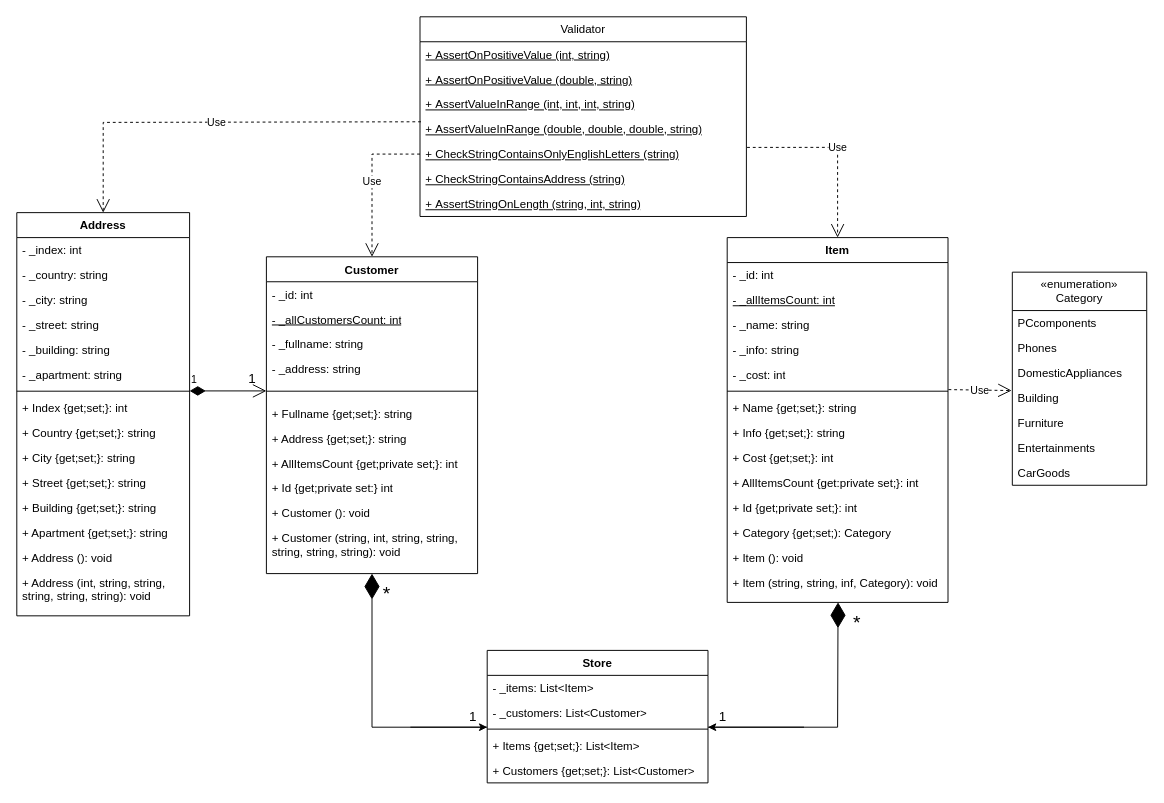
Before: doc/ObjectOrientedPractics/Practics2.drawio in EBPEYgg/ObjectOrientedPractics, a draw.io diagram. Source tidied: cells renumbered, new cells numbered last; positions are measured from the earlier drawing's top-left corner, leaving out a move shared by most shapes. Both pictures are drawn from the tidied source at 96%, with x=0, y=0 at pixel (16, 16).
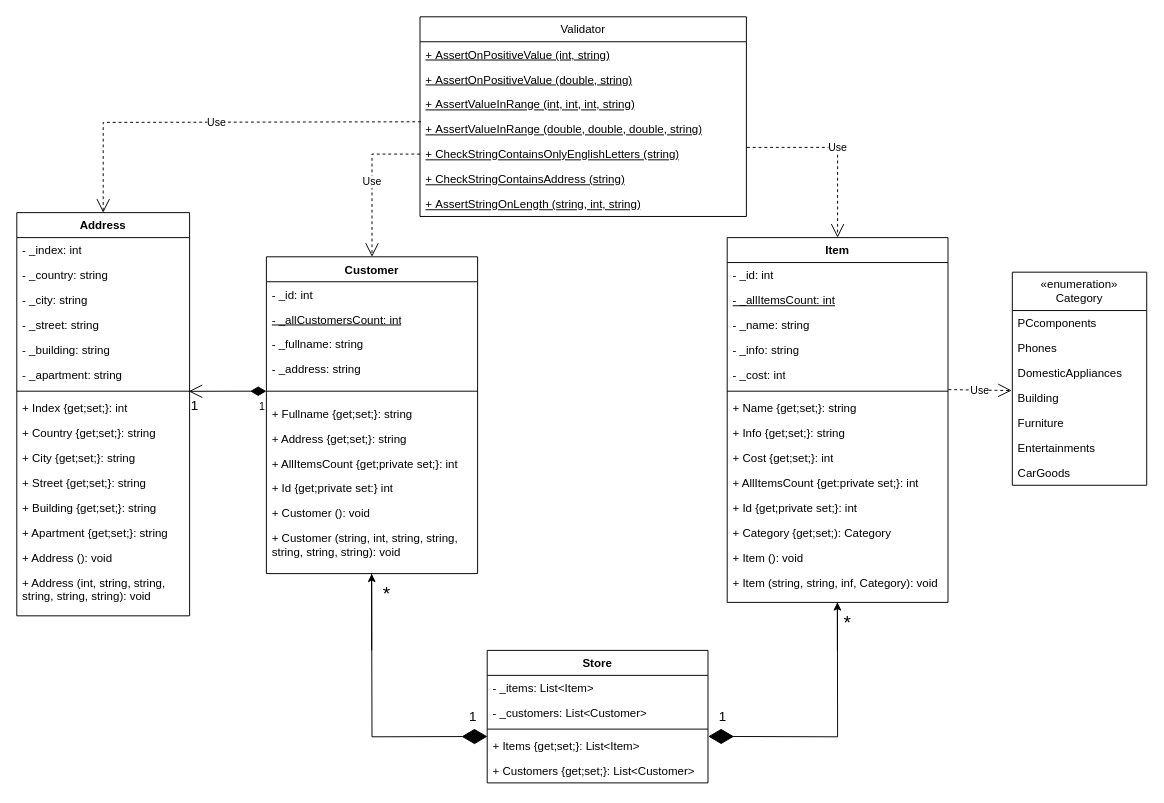
The same page after the edit.

Commit message (it also covers changes not shown here):
📝Update UML Practics2.

The change refers to these unchanged cells:
```xml
<mxCell id="24" value="+ Item (string, string, inf, Category): void" style="text;strokeColor=none;fillColor=none;align=left;verticalAlign=top;spacingLeft=4;spacingRight=4;overflow=hidden;points=[[0,0.5],[1,0.5]];portConstraint=eastwest;whiteSpace=wrap;html=1;" parent="10" vertex="1">
  <mxGeometry y="346" width="230" height="34" as="geometry" />
</mxCell>
<mxCell id="30" style="line;strokeWidth=1;fillColor=none;align=left;verticalAlign=middle;spacingTop=-1;spacingLeft=3;spacingRight=3;labelPosition=right;points=[];portConstraint=eastwest;strokeColor=inherit;" parent="25" vertex="1">
  <mxGeometry y="130" width="220" height="20" as="geometry" />
</mxCell>
<mxCell id="36" value="+ Customer (string, int, string, string, string, string, string): void" style="text;strokeColor=none;fillColor=none;align=left;verticalAlign=top;spacingLeft=4;spacingRight=4;overflow=hidden;points=[[0,0.5],[1,0.5]];portConstraint=eastwest;whiteSpace=wrap;html=1;" parent="25" vertex="1">
  <mxGeometry y="280" width="220" height="50" as="geometry" />
</mxCell>
<mxCell id="44" style="line;strokeWidth=1;fillColor=none;align=left;verticalAlign=middle;spacingTop=-1;spacingLeft=3;spacingRight=3;labelPosition=right;points=[];portConstraint=eastwest;strokeColor=inherit;" parent="37" vertex="1">
  <mxGeometry y="182" width="180" height="8" as="geometry" />
</mxCell>
<mxCell id="58" style="line;strokeWidth=1;fillColor=none;align=left;verticalAlign=middle;spacingTop=-1;spacingLeft=3;spacingRight=3;labelPosition=right;points=[];portConstraint=eastwest;strokeColor=inherit;" parent="55" vertex="1">
  <mxGeometry y="78" width="230" height="8" as="geometry" />
</mxCell>
<mxCell id="59" value="+ Items {get;set;}: List&amp;lt;Item&amp;gt;" style="text;strokeColor=none;fillColor=none;align=left;verticalAlign=top;spacingLeft=4;spacingRight=4;overflow=hidden;points=[[0,0.5],[1,0.5]];portConstraint=eastwest;whiteSpace=wrap;html=1;" parent="55" vertex="1">
  <mxGeometry y="86" width="230" height="26" as="geometry" />
</mxCell>
```

What changed in the source:
```diff
@@
-    <mxCell id="53" value="1" style="endArrow=open;html=1;endSize=12;startArrow=diamondThin;startSize=14;startFill=1;edgeStyle=orthogonalEdgeStyle;align=left;verticalAlign=bottom;rounded=0;" parent="1" edge="1">
-      <mxGeometry x="-1" y="3" relative="1" as="geometry">
-        <mxPoint x="180" y="389.7" as="sourcePoint" />
-        <mxPoint x="260" y="389.7" as="targetPoint" />
-      </mxGeometry>
+    <mxCell id="53" value="1" style="endArrow=open;html=1;endSize=12;startArrow=diamondThin;startSize=14;startFill=1;edgeStyle=orthogonalEdgeStyle;align=right;verticalAlign=top;rounded=0;entryX=0.995;entryY=0.517;entryDx=0;entryDy=0;entryPerimeter=0;exitX=0;exitY=0.5;exitDx=0;exitDy=0;exitPerimeter=0;" parent="1" edge="1" source="30" target="44">
+      <mxGeometry x="-1" y="3" relative="1" as="geometry" />
     </mxCell>
     <mxCell id="54" value="&lt;font style=&quot;font-size: 14px;&quot;&gt;1&lt;/font&gt;" style="text;html=1;align=center;verticalAlign=middle;strokeColor=none;fillColor=none;" parent="1" vertex="1">
-      <mxGeometry x="230" y="362" width="30" height="30" as="geometry" />
+      <mxGeometry x="170" y="390" width="30" height="30" as="geometry" />
     </mxCell>
@@
-    <mxCell id="61" style="endArrow=diamondThin;endFill=1;endSize=24;html=1;rounded=0;exitX=1;exitY=0.25;exitDx=0;exitDy=0;exitPerimeter=0;entryX=0.502;entryY=0.998;entryDx=0;entryDy=0;entryPerimeter=0;" parent="1" edge="1" source="58" target="24">
+    <mxCell id="61" style="endArrow=diamondThin;endFill=1;endSize=24;html=1;rounded=0;entryX=1.001;entryY=0.139;entryDx=0;entryDy=0;entryPerimeter=0;exitX=0.499;exitY=0.998;exitDx=0;exitDy=0;exitPerimeter=0;" parent="1" edge="1" source="24" target="59">
       <mxGeometry relative="1" as="geometry">
         <Array as="points">
-          <mxPoint x="855" y="740" />
+          <mxPoint x="855" y="750" />
         </Array>
       </mxGeometry>
     </mxCell>
     <mxCell id="62" style="endArrow=classic;html=1;rounded=0;" parent="1" edge="1">
       <mxGeometry relative="1" as="geometry">
-        <mxPoint x="820" y="740" as="sourcePoint" />
-        <mxPoint x="720" y="740" as="targetPoint" />
+        <mxPoint x="854.8" y="660" as="sourcePoint" />
+        <mxPoint x="854.8" y="610" as="targetPoint" />
       </mxGeometry>
     </mxCell>
     <mxCell id="63" value="&lt;font style=&quot;font-size: 20px;&quot;&gt;*&lt;/font&gt;" style="text;html=1;align=center;verticalAlign=middle;strokeColor=none;fillColor=none;" parent="1" vertex="1">
-      <mxGeometry x="860" y="610" width="30" height="40" as="geometry" />
+      <mxGeometry x="850" y="610" width="30" height="40" as="geometry" />
     </mxCell>
@@
-    <mxCell id="65" style="endArrow=diamondThin;endFill=1;endSize=24;html=1;rounded=0;entryX=0.5;entryY=1;entryDx=0;entryDy=0;entryPerimeter=0;" parent="1" edge="1" target="36">
+    <mxCell id="65" style="endArrow=diamondThin;endFill=1;endSize=24;html=1;rounded=0;entryX=0.001;entryY=0.142;entryDx=0;entryDy=0;entryPerimeter=0;exitX=0.498;exitY=0.996;exitDx=0;exitDy=0;exitPerimeter=0;" parent="1" edge="1" source="36" target="59">
       <mxGeometry relative="1" as="geometry">
-        <mxPoint x="490" y="740" as="sourcePoint" />
         <Array as="points">
-          <mxPoint x="370" y="740" />
+          <mxPoint x="370" y="750" />
         </Array>
       </mxGeometry>
     </mxCell>
@@
     <mxCell id="68" style="endArrow=classic;html=1;rounded=0;" parent="1" edge="1">
       <mxGeometry relative="1" as="geometry">
-        <mxPoint x="410" y="740" as="sourcePoint" />
-        <mxPoint x="490" y="740" as="targetPoint" />
+        <mxPoint x="369.7" y="660" as="sourcePoint" />
+        <mxPoint x="369.7" y="580.3" as="targetPoint" />
       </mxGeometry>
     </mxCell>
```
